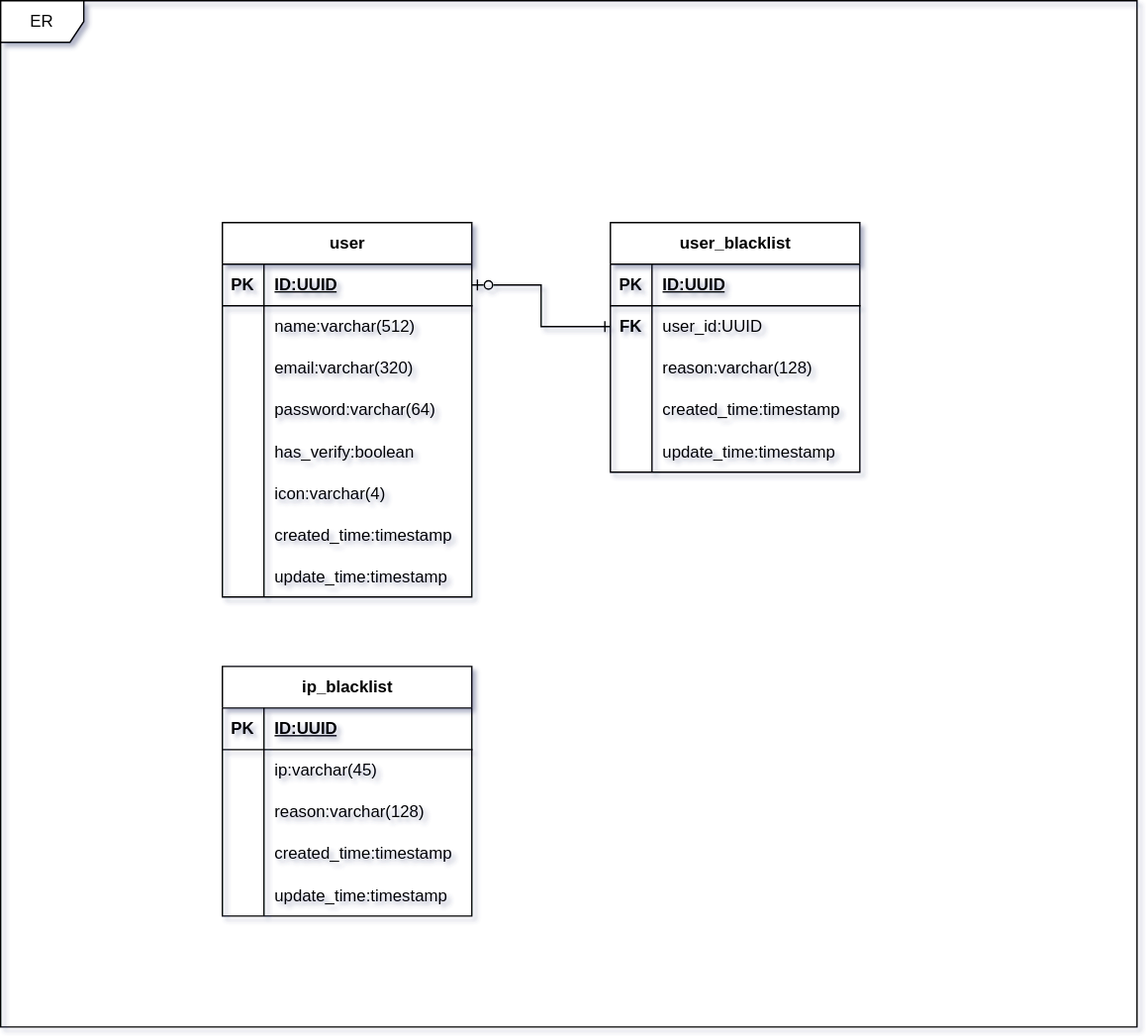
Before: doc/er.drawio.svg, a diagram exported from draw.io (KenTsuRinn/ASUUserService). Source tidied: cells renumbered, new cells last; positions are measured from the earlier drawing's top-left corner, leaving out a move shared by most shapes.
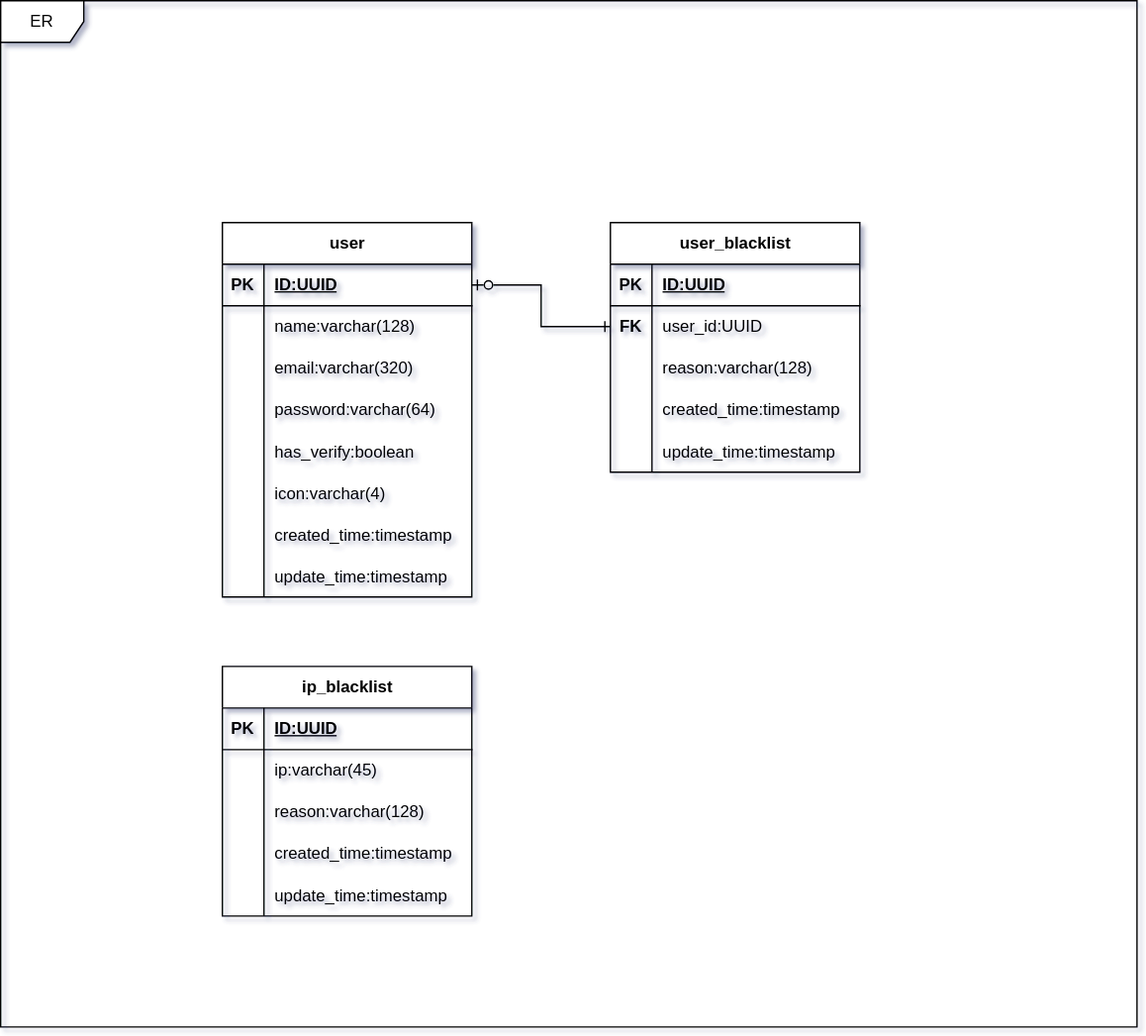
After the commit.

The edit, as a diff of the source:
```diff
@@ -23,7 +23,7 @@
     <mxCell id="8" style="shape=partialRectangle;fillColor=none;top=0;left=0;bottom=0;right=0;overflow=hidden;whiteSpace=wrap;html=1;" parent="7" vertex="1">
       <mxGeometry width="30" height="30" as="geometry" />
     </mxCell>
-    <mxCell id="9" value="name:varchar(512)" style="shape=partialRectangle;fillColor=none;top=0;left=0;bottom=0;right=0;align=left;spacingLeft=6;overflow=hidden;whiteSpace=wrap;html=1;" parent="7" vertex="1">
+    <mxCell id="9" value="name:varchar(128)" style="shape=partialRectangle;fillColor=none;top=0;left=0;bottom=0;right=0;align=left;spacingLeft=6;overflow=hidden;whiteSpace=wrap;html=1;" parent="7" vertex="1">
       <mxGeometry x="30" width="150" height="30" as="geometry" />
     </mxCell>
     <mxCell id="10" style="shape=tableRow;horizontal=0;startSize=0;swimlaneHead=0;swimlaneBody=0;fillColor=none;top=0;left=0;right=0;bottom=0;" parent="3" vertex="1">
```
